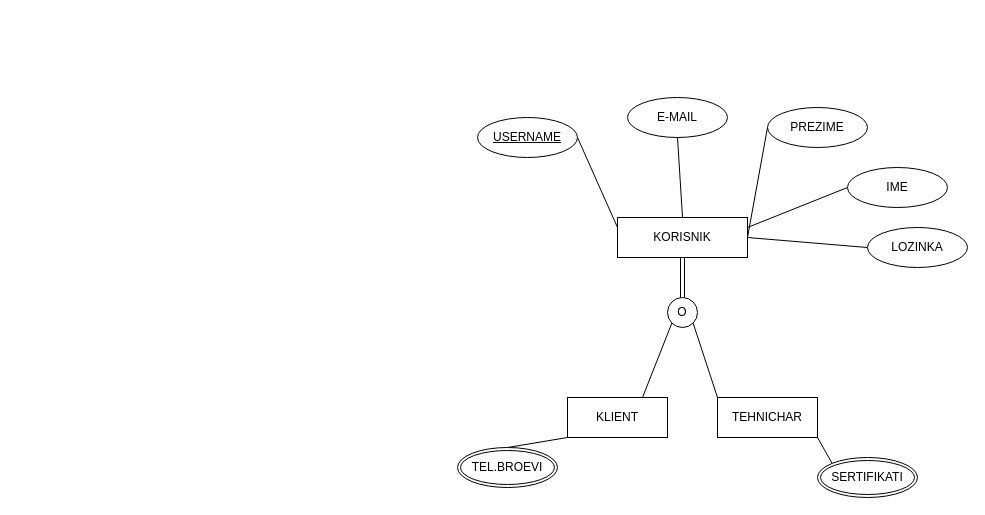
The draw.io diagram lab1.drawio in loramarku9/BAZInaPODATOCI, before the edit. Source tidied: cells renumbered, new cells numbered last; positions are measured from the earlier drawing's top-left corner, leaving out a move shared by most shapes. Both pictures are drawn from the tidied source at 100%, with x=0, y=0 at pixel (457, 97).
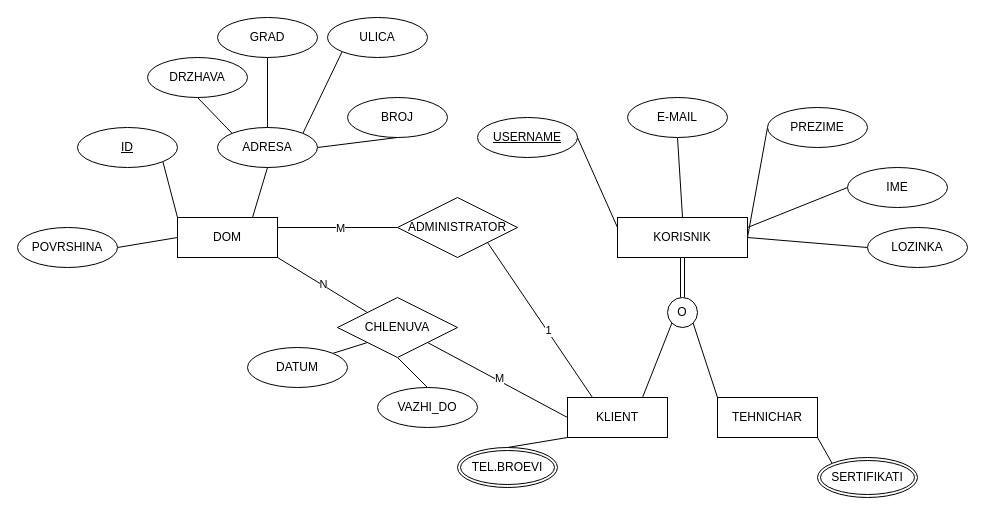
Above is the later version.

Unchanged cells that the change refers to:
```xml
<mxCell id="18" value="KLIENT" style="whiteSpace=wrap;html=1;align=center;" parent="1" vertex="1">
  <mxGeometry x="110" y="300" width="100" height="40" as="geometry" />
</mxCell>
```

What changed in the source:
```diff
@@
+    <mxCell id="23" style="edgeStyle=none;shape=connector;rounded=0;jettySize=auto;html=1;exitX=0.25;exitY=0;exitDx=0;exitDy=0;entryX=1;entryY=1;entryDx=0;entryDy=0;strokeColor=default;align=center;verticalAlign=middle;fontFamily=Helvetica;fontSize=11;fontColor=default;labelBackgroundColor=default;defaultLabelBackgroundColor=page;endArrow=none;endFill=0;" parent="1" edge="1" source="18" target="51">
+      <mxGeometry relative="1" as="geometry" />
+    </mxCell>
+    <mxCell id="24" value="1" style="edgeLabel;html=1;align=center;verticalAlign=middle;inheritText=1;defaultLabelBackgroundColor=page;" parent="23" vertex="1">
+      <mxGeometry x="-0.13" y="-1" relative="1" as="geometry" />
+    </mxCell>
@@
+    <mxCell id="25" style="edgeStyle=none;shape=connector;rounded=0;jettySize=auto;html=1;exitX=1;exitY=1;exitDx=0;exitDy=0;entryX=0;entryY=0;entryDx=0;entryDy=0;strokeColor=default;align=center;verticalAlign=middle;fontFamily=Helvetica;fontSize=11;fontColor=default;labelBackgroundColor=default;defaultLabelBackgroundColor=page;endArrow=none;endFill=0;" parent="1" edge="1" source="29" target="48">
+      <mxGeometry relative="1" as="geometry" />
+    </mxCell>
+    <mxCell id="26" value="N" style="edgeLabel;html=1;align=center;verticalAlign=middle;inheritText=1;defaultLabelBackgroundColor=page;" parent="25" vertex="1">
+      <mxGeometry y="1" relative="1" as="geometry" />
+    </mxCell>
+    <mxCell id="27" style="edgeStyle=none;shape=connector;rounded=0;jettySize=auto;html=1;exitX=1;exitY=0.25;exitDx=0;exitDy=0;entryX=0;entryY=0.5;entryDx=0;entryDy=0;strokeColor=default;align=center;verticalAlign=middle;fontFamily=Helvetica;fontSize=11;fontColor=default;labelBackgroundColor=default;defaultLabelBackgroundColor=page;endArrow=none;endFill=0;" parent="1" edge="1" source="29" target="51">
+      <mxGeometry relative="1" as="geometry" />
+    </mxCell>
+    <mxCell id="28" value="M" style="edgeLabel;html=1;align=center;verticalAlign=middle;inheritText=1;defaultLabelBackgroundColor=page;" parent="27" vertex="1">
+      <mxGeometry x="0.03" relative="1" as="geometry" />
+    </mxCell>
+    <mxCell id="29" value="DOM" style="whiteSpace=wrap;html=1;align=center;" parent="1" vertex="1">
+      <mxGeometry x="-280" y="120" width="100" height="40" as="geometry" />
+    </mxCell>
+    <mxCell id="30" style="edgeStyle=none;shape=connector;rounded=0;jettySize=auto;html=1;exitX=1;exitY=1;exitDx=0;exitDy=0;entryX=0;entryY=0;entryDx=0;entryDy=0;strokeColor=default;align=center;verticalAlign=middle;fontFamily=Helvetica;fontSize=11;fontColor=default;labelBackgroundColor=default;defaultLabelBackgroundColor=page;endArrow=none;endFill=0;" parent="1" edge="1" source="31" target="29">
+      <mxGeometry relative="1" as="geometry" />
+    </mxCell>
+    <mxCell id="31" value="ID" style="ellipse;whiteSpace=wrap;html=1;align=center;fontStyle=4;" parent="1" vertex="1">
+      <mxGeometry x="-380" y="30" width="100" height="40" as="geometry" />
+    </mxCell>
+    <mxCell id="32" style="edgeStyle=none;shape=connector;rounded=0;jettySize=auto;html=1;exitX=0.5;exitY=1;exitDx=0;exitDy=0;entryX=0.75;entryY=0;entryDx=0;entryDy=0;strokeColor=default;align=center;verticalAlign=middle;fontFamily=Helvetica;fontSize=11;fontColor=default;labelBackgroundColor=default;defaultLabelBackgroundColor=page;endArrow=none;endFill=0;" parent="1" edge="1" source="35" target="29">
+      <mxGeometry relative="1" as="geometry" />
+    </mxCell>
+    <mxCell id="33" style="edgeStyle=none;shape=connector;rounded=0;jettySize=auto;html=1;exitX=1;exitY=0;exitDx=0;exitDy=0;entryX=0;entryY=1;entryDx=0;entryDy=0;strokeColor=default;align=center;verticalAlign=middle;fontFamily=Helvetica;fontSize=11;fontColor=default;labelBackgroundColor=default;defaultLabelBackgroundColor=page;endArrow=none;endFill=0;" parent="1" edge="1" source="35" target="42">
+      <mxGeometry relative="1" as="geometry" />
+    </mxCell>
+    <mxCell id="34" style="edgeStyle=none;shape=connector;rounded=0;jettySize=auto;html=1;exitX=1;exitY=0.5;exitDx=0;exitDy=0;entryX=0.5;entryY=1;entryDx=0;entryDy=0;strokeColor=default;align=center;verticalAlign=middle;fontFamily=Helvetica;fontSize=11;fontColor=default;labelBackgroundColor=default;defaultLabelBackgroundColor=page;endArrow=none;endFill=0;" parent="1" edge="1" source="35" target="43">
+      <mxGeometry relative="1" as="geometry" />
+    </mxCell>
+    <mxCell id="35" value="ADRESA" style="ellipse;whiteSpace=wrap;html=1;align=center;" parent="1" vertex="1">
+      <mxGeometry x="-240" y="30" width="100" height="40" as="geometry" />
+    </mxCell>
+    <mxCell id="36" style="edgeStyle=none;shape=connector;rounded=0;jettySize=auto;html=1;exitX=1;exitY=0.5;exitDx=0;exitDy=0;entryX=0;entryY=0.5;entryDx=0;entryDy=0;strokeColor=default;align=center;verticalAlign=middle;fontFamily=Helvetica;fontSize=11;fontColor=default;labelBackgroundColor=default;defaultLabelBackgroundColor=page;endArrow=none;endFill=0;" parent="1" edge="1" source="37" target="29">
+      <mxGeometry relative="1" as="geometry" />
+    </mxCell>
+    <mxCell id="37" value="POVRSHINA" style="ellipse;whiteSpace=wrap;html=1;align=center;" parent="1" vertex="1">
+      <mxGeometry x="-440" y="130" width="100" height="40" as="geometry" />
+    </mxCell>
+    <mxCell id="38" style="edgeStyle=none;shape=connector;rounded=0;jettySize=auto;html=1;exitX=0.5;exitY=1;exitDx=0;exitDy=0;entryX=0;entryY=0;entryDx=0;entryDy=0;strokeColor=default;align=center;verticalAlign=middle;fontFamily=Helvetica;fontSize=11;fontColor=default;labelBackgroundColor=default;defaultLabelBackgroundColor=page;endArrow=none;endFill=0;" parent="1" edge="1" source="39" target="35">
+      <mxGeometry relative="1" as="geometry" />
+    </mxCell>
+    <mxCell id="39" value="DRZHAVA" style="ellipse;whiteSpace=wrap;html=1;align=center;" parent="1" vertex="1">
+      <mxGeometry x="-310" y="-40" width="100" height="40" as="geometry" />
+    </mxCell>
+    <mxCell id="40" style="edgeStyle=none;shape=connector;rounded=0;jettySize=auto;html=1;exitX=0.5;exitY=1;exitDx=0;exitDy=0;entryX=0.5;entryY=0;entryDx=0;entryDy=0;strokeColor=default;align=center;verticalAlign=middle;fontFamily=Helvetica;fontSize=11;fontColor=default;labelBackgroundColor=default;defaultLabelBackgroundColor=page;endArrow=none;endFill=0;" parent="1" edge="1" source="41" target="35">
+      <mxGeometry relative="1" as="geometry" />
+    </mxCell>
+    <mxCell id="41" value="GRAD" style="ellipse;whiteSpace=wrap;html=1;align=center;" parent="1" vertex="1">
+      <mxGeometry x="-240" y="-80" width="100" height="40" as="geometry" />
+    </mxCell>
+    <mxCell id="42" value="ULICA" style="ellipse;whiteSpace=wrap;html=1;align=center;" parent="1" vertex="1">
+      <mxGeometry x="-130" y="-80" width="100" height="40" as="geometry" />
+    </mxCell>
+    <mxCell id="43" value="BROJ" style="ellipse;whiteSpace=wrap;html=1;align=center;" parent="1" vertex="1">
+      <mxGeometry x="-110" width="100" height="40" as="geometry" />
+    </mxCell>
+    <mxCell id="44" style="edgeStyle=none;shape=connector;rounded=0;jettySize=auto;html=1;exitX=1;exitY=1;exitDx=0;exitDy=0;entryX=0;entryY=0.5;entryDx=0;entryDy=0;strokeColor=default;align=center;verticalAlign=middle;fontFamily=Helvetica;fontSize=11;fontColor=default;labelBackgroundColor=default;defaultLabelBackgroundColor=page;endArrow=none;endFill=0;" parent="1" edge="1" source="48" target="18">
+      <mxGeometry relative="1" as="geometry" />
+    </mxCell>
+    <mxCell id="45" value="M" style="edgeLabel;html=1;align=center;verticalAlign=middle;inheritText=1;defaultLabelBackgroundColor=page;" parent="44" vertex="1">
+      <mxGeometry x="-0.01" y="3" relative="1" as="geometry">
+        <mxPoint y="1" as="offset" />
+      </mxGeometry>
+    </mxCell>
+    <mxCell id="46" style="edgeStyle=none;shape=connector;rounded=0;jettySize=auto;html=1;exitX=0;exitY=1;exitDx=0;exitDy=0;entryX=1;entryY=0;entryDx=0;entryDy=0;strokeColor=default;align=center;verticalAlign=middle;fontFamily=Helvetica;fontSize=11;fontColor=default;labelBackgroundColor=default;defaultLabelBackgroundColor=page;endArrow=none;endFill=0;" parent="1" edge="1" source="48" target="49">
+      <mxGeometry relative="1" as="geometry" />
+    </mxCell>
+    <mxCell id="47" style="edgeStyle=none;shape=connector;rounded=0;jettySize=auto;html=1;exitX=0.5;exitY=1;exitDx=0;exitDy=0;entryX=0.5;entryY=0;entryDx=0;entryDy=0;strokeColor=default;align=center;verticalAlign=middle;fontFamily=Helvetica;fontSize=11;fontColor=default;labelBackgroundColor=default;defaultLabelBackgroundColor=page;endArrow=none;endFill=0;" parent="1" edge="1" source="48" target="50">
+      <mxGeometry relative="1" as="geometry" />
+    </mxCell>
+    <mxCell id="48" value="CHLENUVA" style="shape=rhombus;perimeter=rhombusPerimeter;whiteSpace=wrap;html=1;align=center;" parent="1" vertex="1">
+      <mxGeometry x="-120" y="200" width="120" height="60" as="geometry" />
+    </mxCell>
+    <mxCell id="49" value="DATUM" style="ellipse;whiteSpace=wrap;html=1;align=center;" parent="1" vertex="1">
+      <mxGeometry x="-210" y="250" width="100" height="40" as="geometry" />
+    </mxCell>
+    <mxCell id="50" value="VAZHI_DO" style="ellipse;whiteSpace=wrap;html=1;align=center;" parent="1" vertex="1">
+      <mxGeometry x="-80" y="290" width="100" height="40" as="geometry" />
+    </mxCell>
+    <mxCell id="51" value="ADMINISTRATOR" style="shape=rhombus;perimeter=rhombusPerimeter;whiteSpace=wrap;html=1;align=center;" parent="1" vertex="1">
+      <mxGeometry x="-60" y="100" width="120" height="60" as="geometry" />
+    </mxCell>
```
